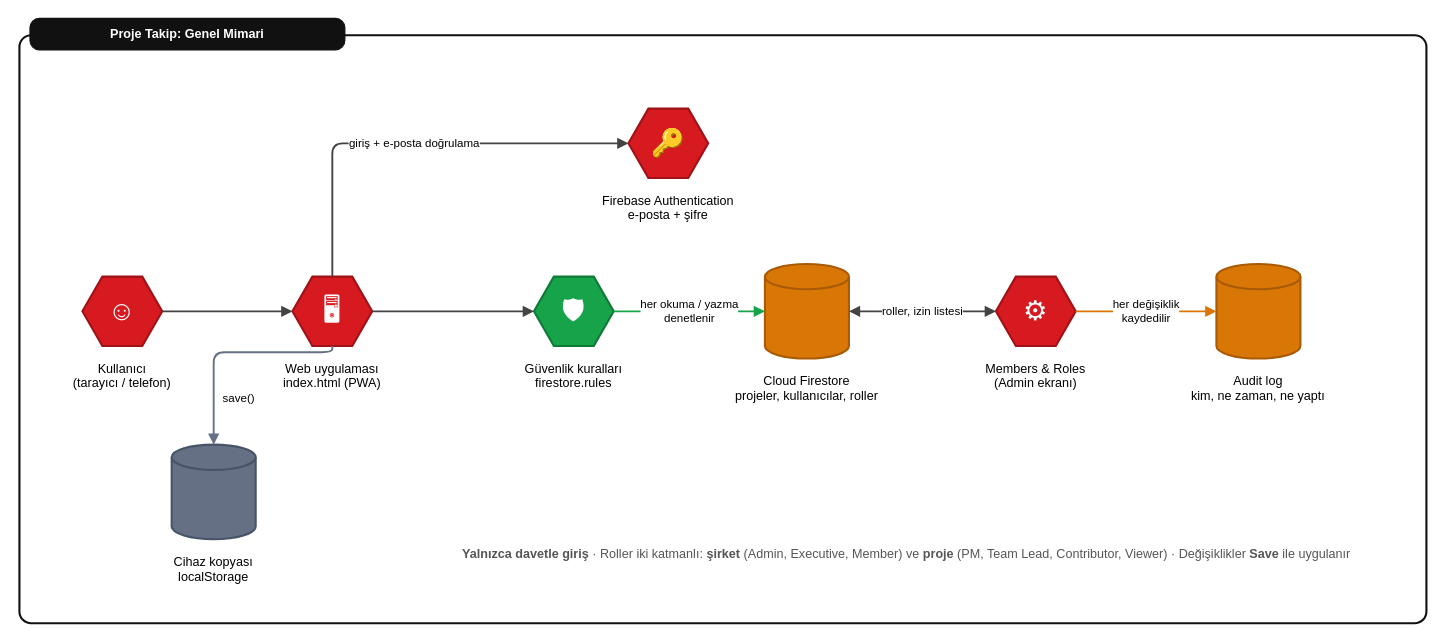
The draw.io diagram page "Genel Bakış" (1 of 6) of proje-diyagrami.drawio in keremsa1id/STW, before the edit. Source tidied: cells renumbered, new cells numbered last; positions are measured from the earlier drawing's top-left corner, leaving out a move shared by most shapes. Both pictures are drawn from the tidied source at 105%, with x=0, y=0 at pixel (19, 18).
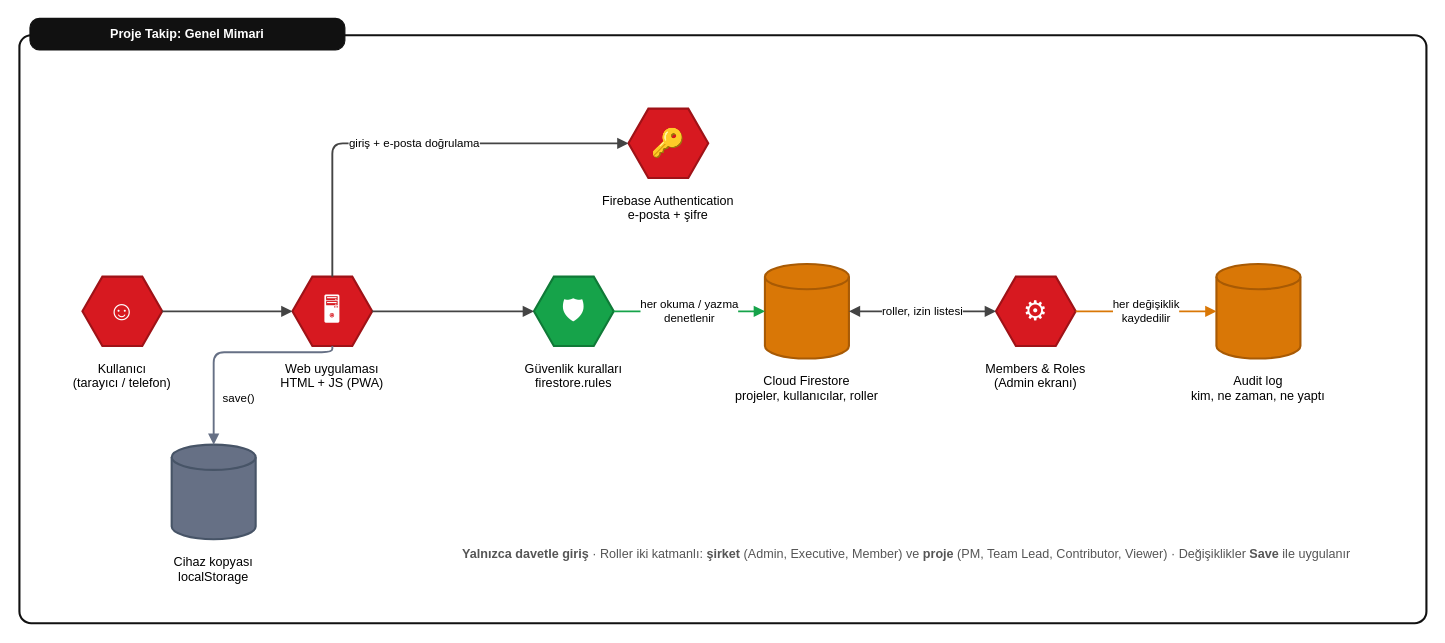
The same page after the edit.

The edit, as a diff of the source:
```diff
@@
-    <mxCell id="7" value="Web uygulaması&lt;br&gt;index.html (PWA)" style="rounded=1;whiteSpace=wrap;html=1;arcSize=8;fontSize=12;fontFamily=Helvetica;fillColor=none;strokeColor=none;align=left;verticalAlign=top;align=center;fontSize=12;" parent="1" vertex="1">
+    <mxCell id="7" value="Web uygulaması&lt;br&gt;HTML + JS (PWA)" style="rounded=1;whiteSpace=wrap;html=1;arcSize=8;fontSize=12;fontFamily=Helvetica;fillColor=none;strokeColor=none;align=left;verticalAlign=top;align=center;fontSize=12;" parent="1" vertex="1">
       <mxGeometry x="210" y="320" width="176" height="44" as="geometry" />
     </mxCell>
```
